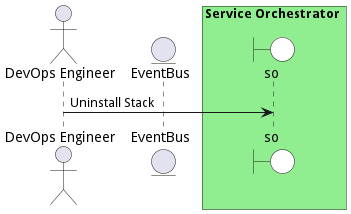
Before: docs/edgemere/sml/so/usecases/managestacks/UninstallStack.png, a diagram exported from PlantUML (madajaju/edgemere). The source it was exported from:
```plantuml
@startuml

actor "DevOps Engineer"


entity EventBus

box Service Orchestrator #lightgreen
    boundary so #white
end box



"DevOps Engineer" -> so: Uninstall Stack



@enduml
```
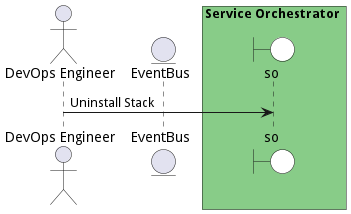
The same diagram one commit later.

Change to the diagram source:
```diff
@@ -5,7 +5,7 @@
 
 entity EventBus
 
-box Service Orchestrator #lightgreen
+box Service Orchestrator #88cc88
     boundary so #white
 end box
 
```
